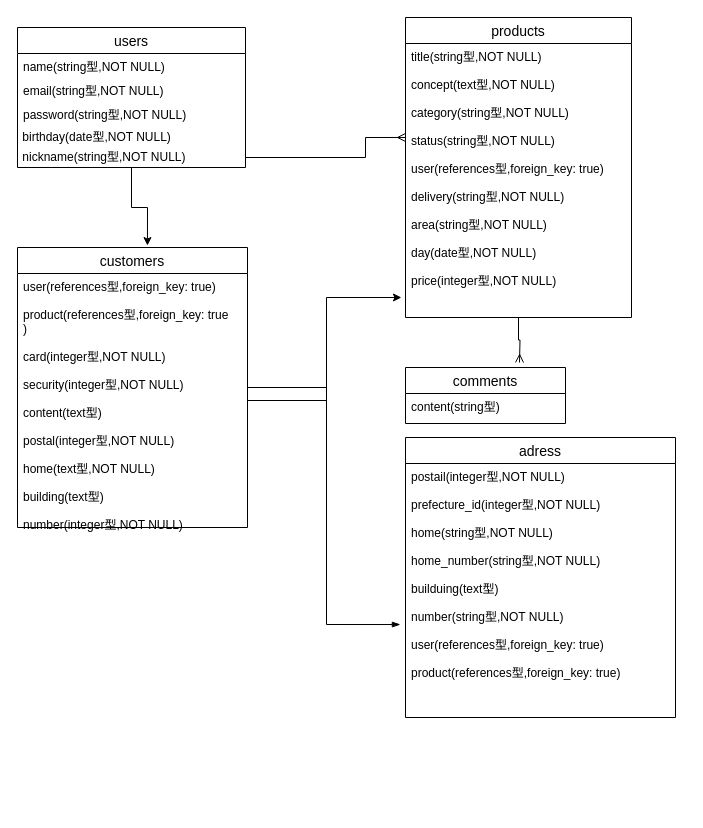
Above: furima.dio in Wh1te-7/furima-31645 (draw.io), before the change. Source tidied: cells renumbered, new cells numbered last; positions are measured from the earlier drawing's top-left corner, leaving out a move shared by most shapes. Both pictures are drawn from the tidied source at 100%, with x=0, y=0 at pixel (17, 17).
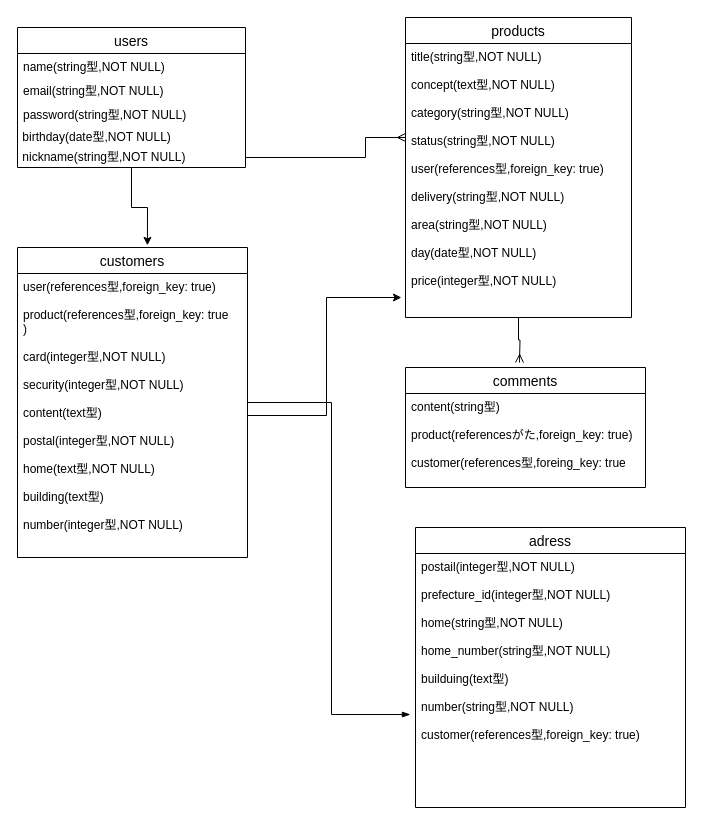
Above is the later version.

Commit message (it also covers changes not shown here):
データベース設計

What changed in the source:
```diff
@@
     <mxCell id="13" value="customers" style="swimlane;fontStyle=0;horizontal=1;startSize=26;align=center;fontSize=14;" parent="1" vertex="1">
-      <mxGeometry y="230" width="230" height="280" as="geometry" />
+      <mxGeometry y="230" width="230" height="310" as="geometry" />
     </mxCell>
     <mxCell id="14" value="user(references型,foreign_key: true)&#10;&#10;product(references型,foreign_key: true&#10;)&#10;&#10;card(integer型,NOT NULL)&#10;&#10;security(integer型,NOT NULL)&#10;&#10;content(text型)&#10;&#10;postal(integer型,NOT NULL)&#10;&#10;home(text型,NOT NULL)&#10;&#10;building(text型)&#10;&#10;number(integer型,NOT NULL)" style="text;strokeColor=none;fillColor=none;spacingLeft=4;spacingRight=4;overflow=hidden;points=[[0,0.5],[1,0.5]];portConstraint=eastwest;fontSize=12;" parent="13" vertex="1">
-      <mxGeometry y="26" width="230" height="254" as="geometry" />
+      <mxGeometry y="26" width="230" height="284" as="geometry" />
     </mxCell>
@@
     <mxCell id="17" value="comments" style="swimlane;fontStyle=0;horizontal=1;startSize=26;align=center;fontSize=14;" parent="1" vertex="1">
-      <mxGeometry x="388" y="350" width="160" height="56" as="geometry" />
+      <mxGeometry x="388" y="350" width="240" height="120" as="geometry" />
     </mxCell>
-    <mxCell id="18" value="content(string型)" style="text;strokeColor=none;fillColor=none;spacingLeft=4;spacingRight=4;overflow=hidden;fontSize=12;" parent="17" vertex="1">
-      <mxGeometry y="26" width="160" height="30" as="geometry" />
+    <mxCell id="18" value="content(string型)&#10;&#10;product(referencesがた,foreign_key: true)&#10;&#10;customer(references型,foreing_key: true" style="text;strokeColor=none;fillColor=none;spacingLeft=4;spacingRight=4;overflow=hidden;fontSize=12;" parent="17" vertex="1">
+      <mxGeometry y="26" width="240" height="94" as="geometry" />
     </mxCell>
     <mxCell id="19" value="adress" style="swimlane;fontStyle=0;horizontal=1;startSize=26;align=center;fontSize=14;" parent="1" vertex="1">
-      <mxGeometry x="388" y="420" width="270" height="280" as="geometry" />
+      <mxGeometry x="398" y="510" width="270" height="280" as="geometry" />
     </mxCell>
-    <mxCell id="20" value="postail(integer型,NOT NULL)&#10;&#10;prefecture_id(integer型,NOT NULL)&#10;&#10;home(string型,NOT NULL)&#10;&#10;home_number(string型,NOT NULL)&#10;&#10;builduing(text型)&#10;&#10;number(string型,NOT NULL)&#10;&#10;user(references型,foreign_key: true)&#10;&#10;product(references型,foreign_key: true)" style="text;strokeColor=none;fillColor=none;spacingLeft=4;spacingRight=4;overflow=hidden;points=[[0,0.5],[1,0.5]];portConstraint=eastwest;fontSize=12;" parent="19" vertex="1">
+    <mxCell id="20" value="postail(integer型,NOT NULL)&#10;&#10;prefecture_id(integer型,NOT NULL)&#10;&#10;home(string型,NOT NULL)&#10;&#10;home_number(string型,NOT NULL)&#10;&#10;builduing(text型)&#10;&#10;number(string型,NOT NULL)&#10;&#10;customer(references型,foreign_key: true)" style="text;strokeColor=none;fillColor=none;spacingLeft=4;spacingRight=4;overflow=hidden;points=[[0,0.5],[1,0.5]];portConstraint=eastwest;fontSize=12;" parent="19" vertex="1">
       <mxGeometry y="26" width="270" height="254" as="geometry" />
     </mxCell>
```
